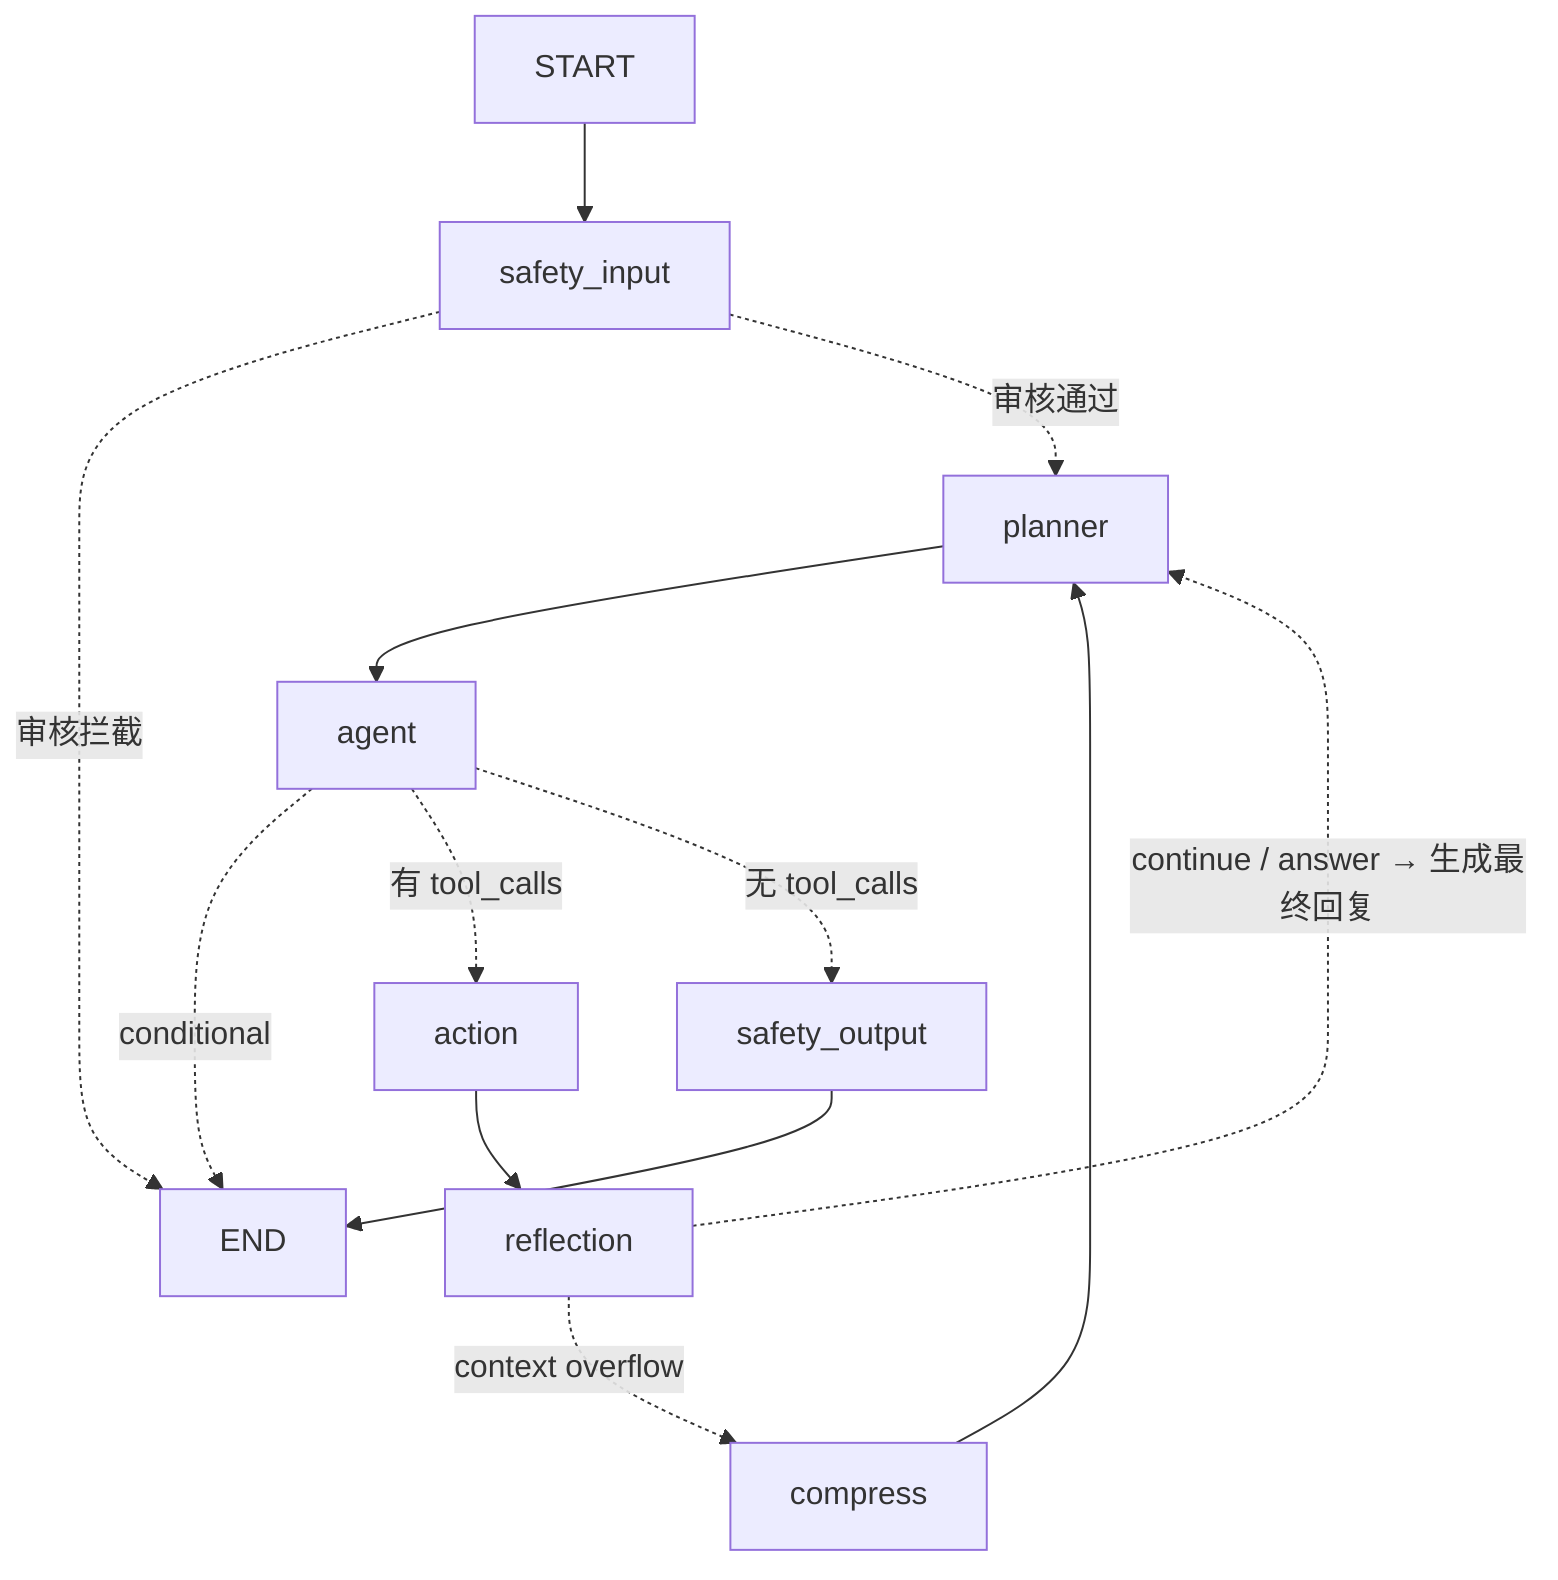
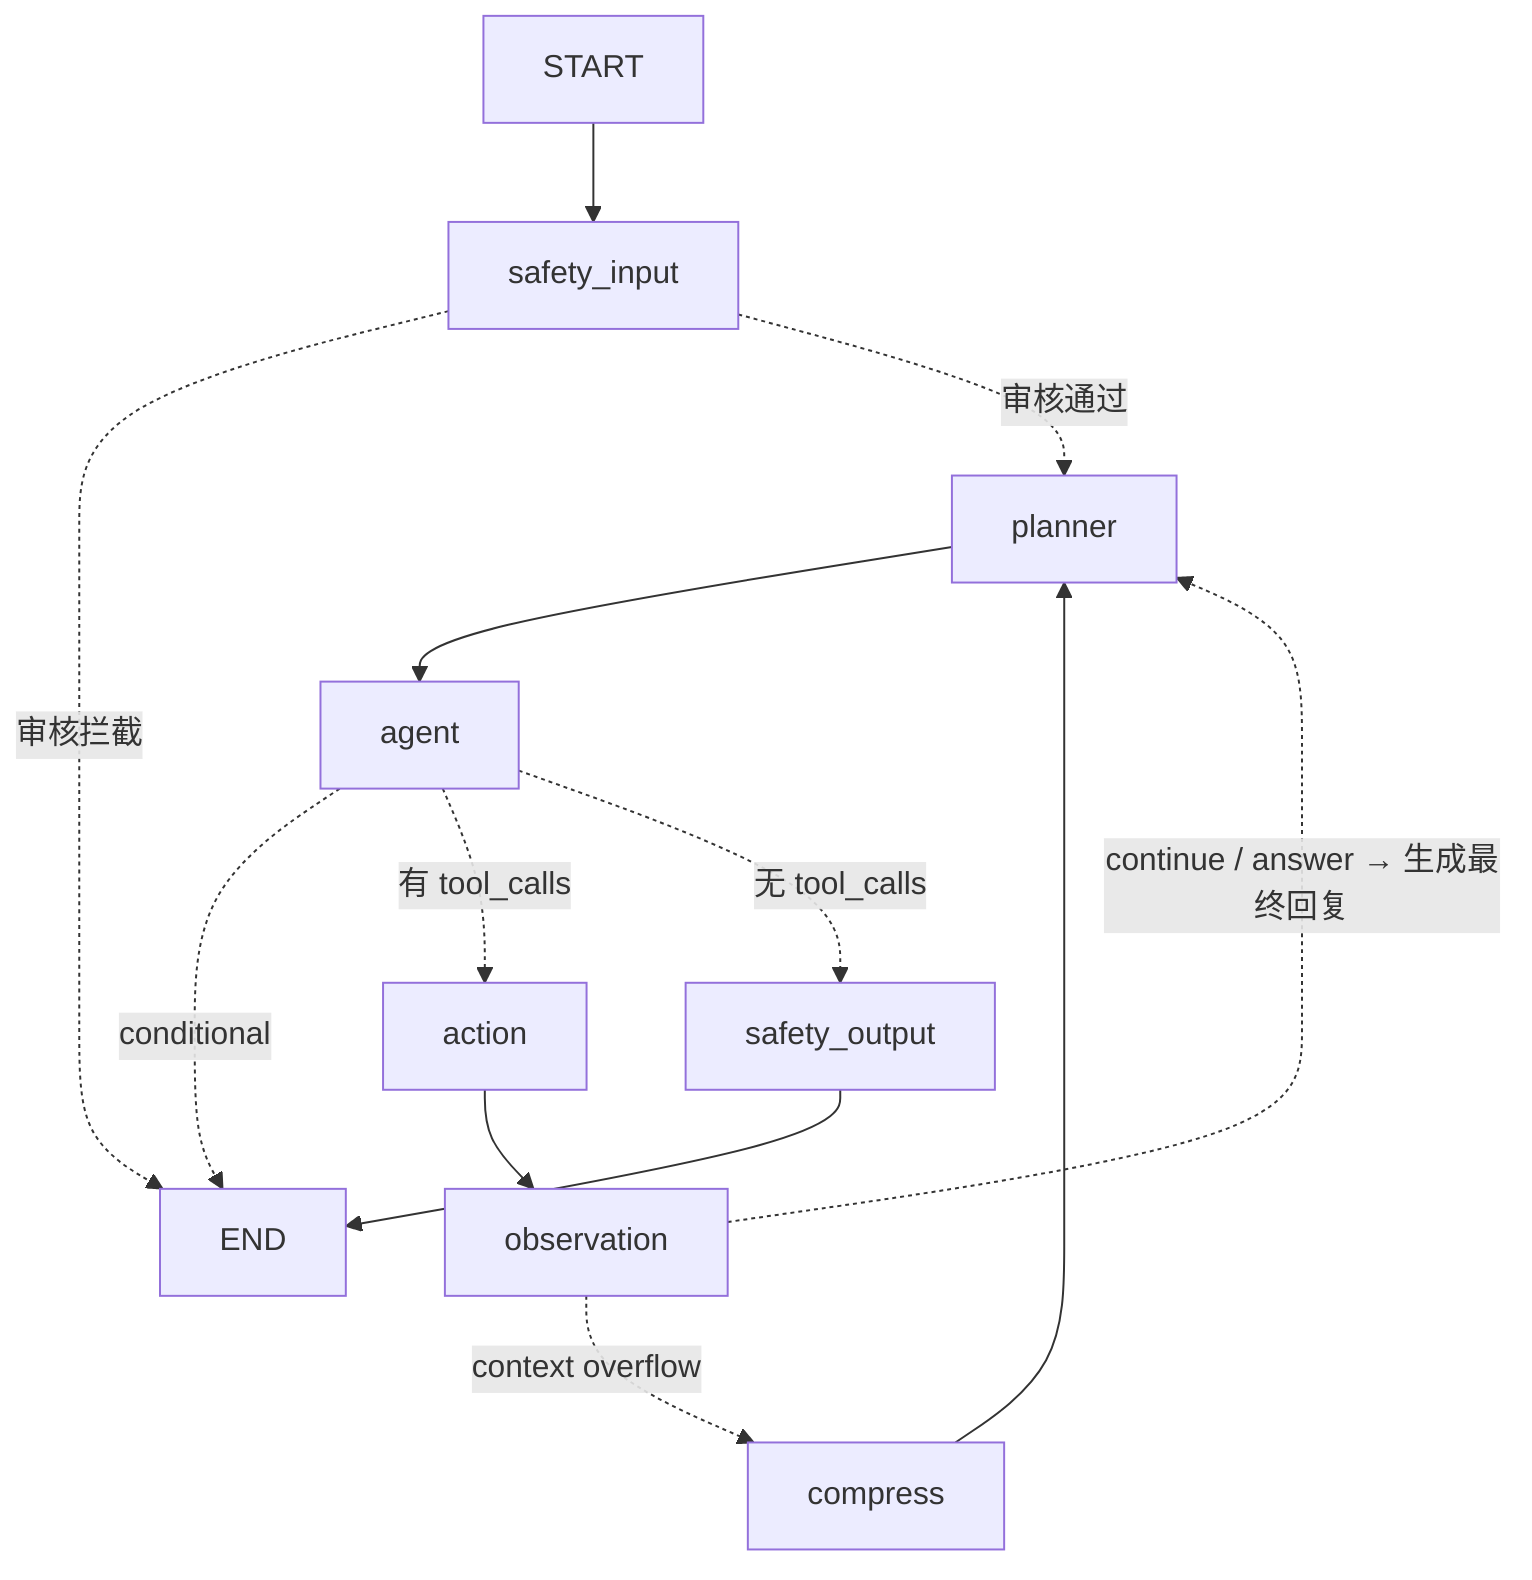
flowchart TD
    internal_start["START"]
    safety_input["safety_input"]
    compress["compress"]
    planner["planner"]
    agent["agent"]
    action["action"]
-     reflection["reflection"]
+     observation["observation"]
    safety_output["safety_output"]
    internal_end["END"]
    internal_start --> safety_input
-     action --> reflection
+     action --> observation
    agent -. "conditional" .-> internal_end
    agent -. "有 tool_calls" .-> action
    agent -. "无 tool_calls" .-> safety_output
    compress --> planner
+     observation -. "context overflow" .-> compress
+     observation -. "continue / answer → 生成最终回复" .-> planner
    planner --> agent
-     reflection -. "context overflow" .-> compress
-     reflection -. "continue / answer → 生成最终回复" .-> planner
    safety_input -. "审核拦截" .-> internal_end
    safety_input -. "审核通过" .-> planner
    safety_output --> internal_end
